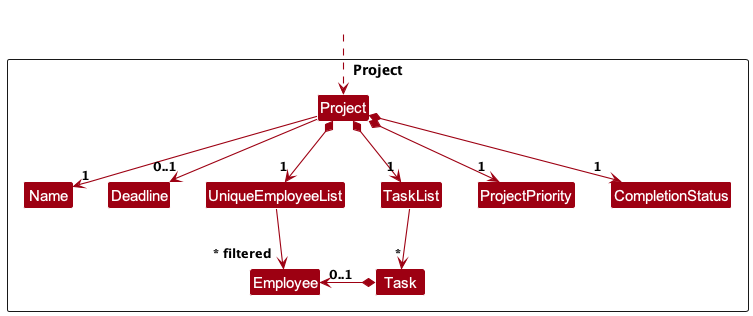
Before: docs/images/ProjectClassDiagram.png, a diagram exported from PlantUML (rayyan35p/tp).
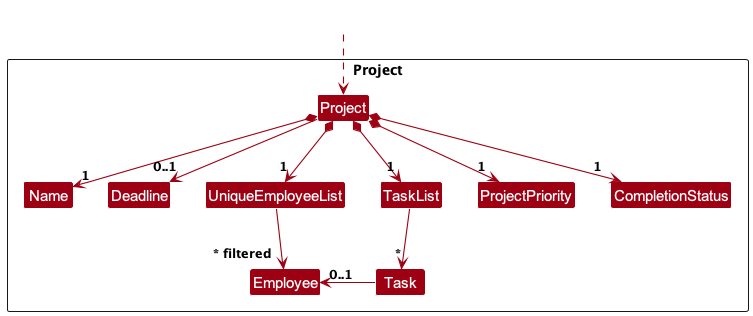
The same diagram one commit later.

Diff of the diagram source:
```diff
@@ -21,14 +21,14 @@
 Class HiddenOutside #FFFFFF
 HiddenOutside ..> Project
 
-Project -down-> "1" Name
+Project *-down-> "1" Name
 Project -down-> "0..1" Deadline
 Project *-down-> "1" UniqueEmployeeList
 Project *-down-> "1" TaskList
 Project *-down-> "1" ProjectPriority
 Project *-down-> "1" CompletionStatus
 
-Task *-left-> "0..1" Employee
+Task -left-> "0..1" Employee
 
 UniqueEmployeeList --> "~* filtered" Employee
 TaskList --> "*" Task
```
